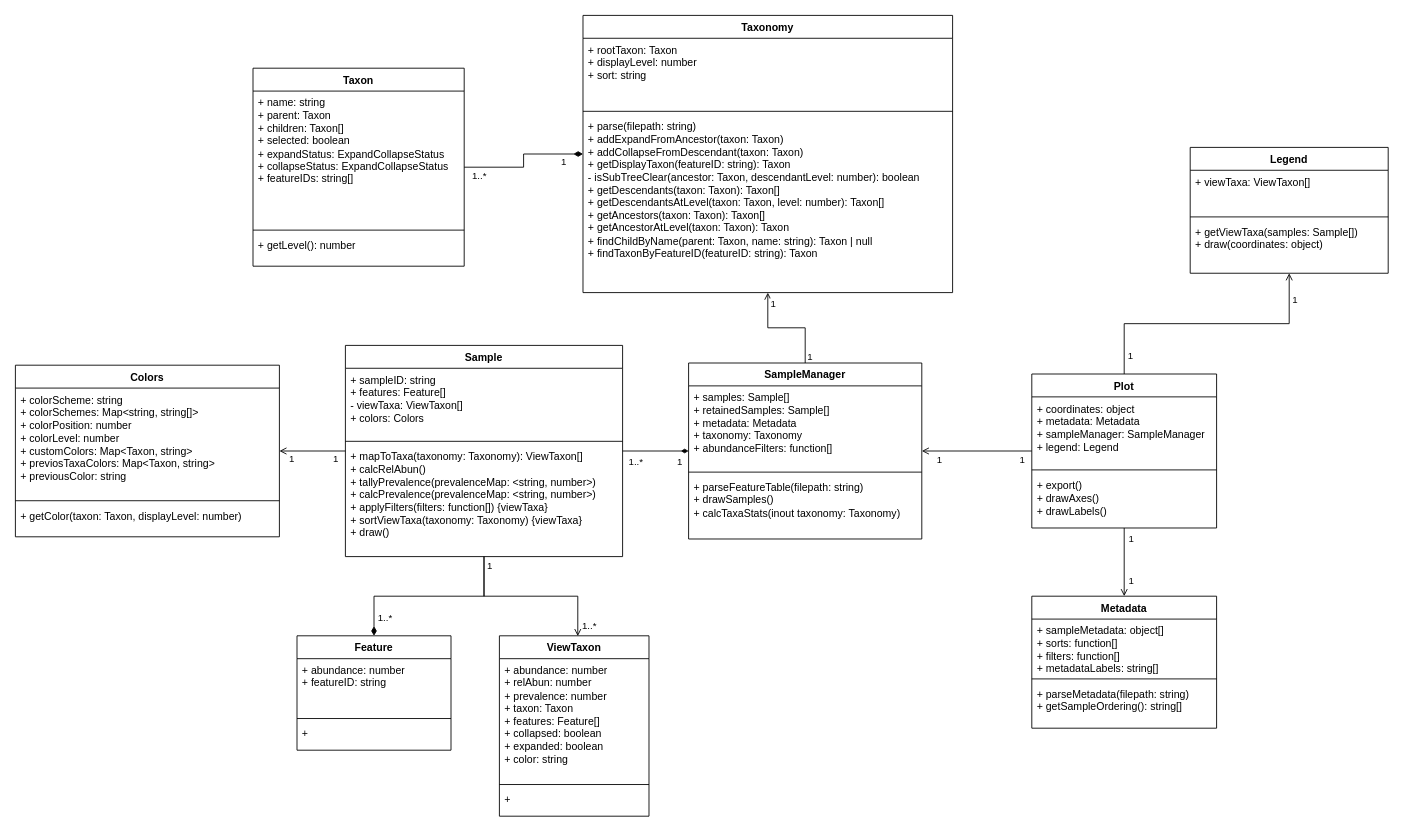
This is docs/TaxaBarplotClasses.drawio from colinvwood/taxa-barplot, a draw.io file, before an edit. Source tidied: cells renumbered, new cells numbered last; positions are measured from the earlier drawing's top-left corner, leaving out a move shared by most shapes. Both pictures are drawn from the tidied source at 88%, with x=0, y=0 at pixel (15, 15).
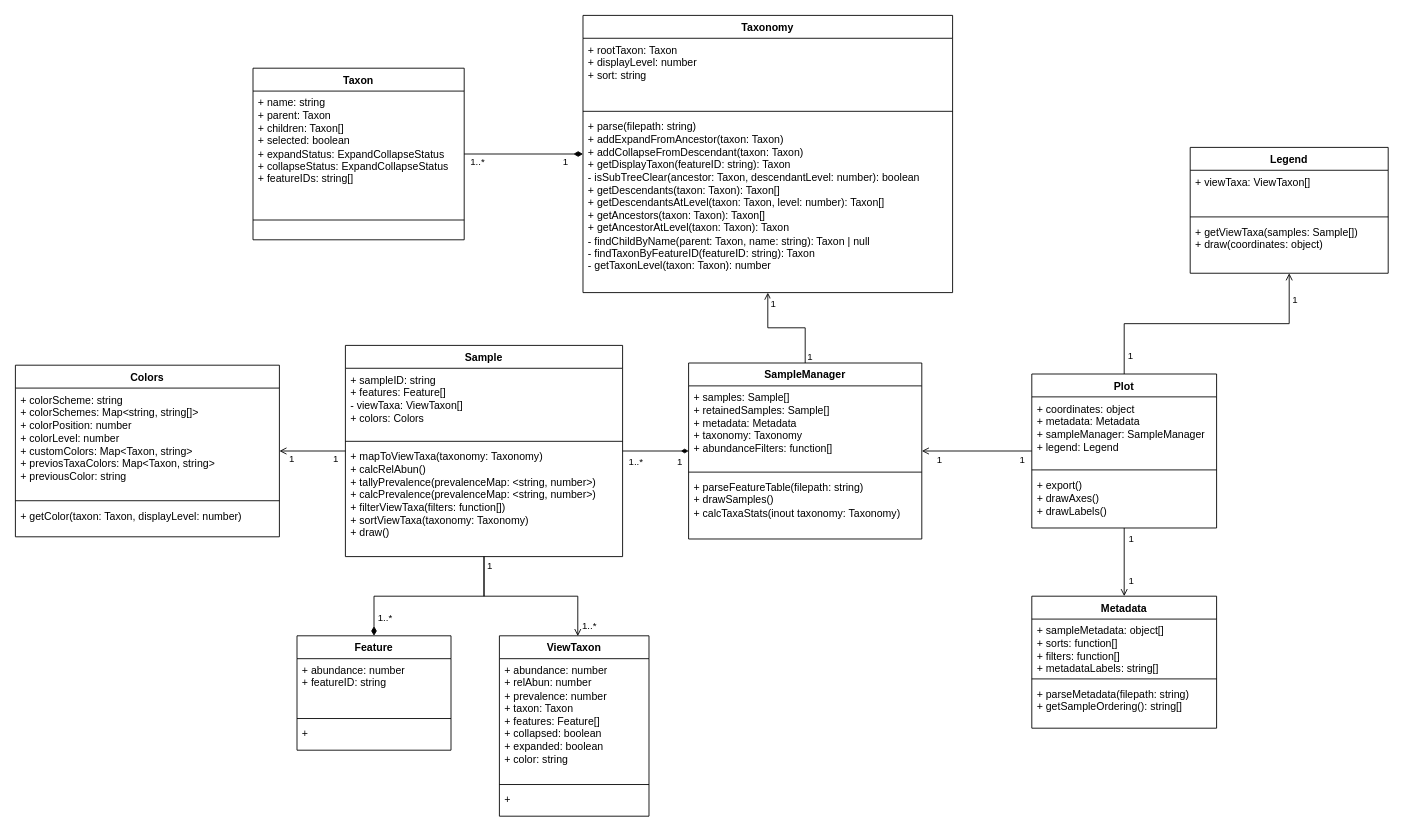
The same page after the edit.

Unchanged cells that the change refers to:
```xml
<mxCell id="9" value="Taxonomy" style="swimlane;fontStyle=1;align=center;verticalAlign=top;horizontal=1;startSize=26;whiteSpace=wrap;html=1;" parent="1" vertex="1">
  <mxGeometry x="645" width="420" height="315" as="geometry" />
</mxCell>
<mxCell id="28" value="Sample" style="swimlane;fontStyle=1;align=center;verticalAlign=top;horizontal=1;startSize=26;whiteSpace=wrap;html=1;" parent="1" vertex="1">
  <mxGeometry x="375" y="375" width="315" height="240" as="geometry" />
</mxCell>
```

Diff of the diagram source:
```diff
@@
     <mxCell id="2" value="Taxon" style="swimlane;fontStyle=1;align=center;verticalAlign=top;horizontal=1;startSize=26;whiteSpace=wrap;html=1;" parent="1" vertex="1">
-      <mxGeometry x="270" y="60" width="240" height="225" as="geometry" />
+      <mxGeometry x="270" y="60" width="240" height="195" as="geometry" />
     </mxCell>
     <mxCell id="3" value="+ name: string&lt;div&gt;+ parent: Taxon&lt;/div&gt;&lt;div&gt;+ children: Taxon[]&lt;/div&gt;&lt;div&gt;+ selected: boolean&lt;/div&gt;&lt;div&gt;+ expandStatus: ExpandCollapseStatus&lt;/div&gt;&lt;div&gt;+ collapseStatus: ExpandCollapseStatus&lt;/div&gt;&lt;div&gt;+ featureIDs: string[]&lt;/div&gt;&lt;div&gt;&lt;br&gt;&lt;/div&gt;" style="text;strokeColor=none;fillColor=none;align=left;verticalAlign=top;spacingLeft=4;spacingRight=4;overflow=hidden;whiteSpace=wrap;html=1;" parent="2" vertex="1">
-      <mxGeometry y="26" width="240" height="154" as="geometry" />
+      <mxGeometry y="26" width="240" height="124" as="geometry" />
     </mxCell>
     <mxCell id="4" style="line;strokeWidth=1;fillColor=none;align=left;verticalAlign=middle;spacingTop=-1;spacingLeft=3;spacingRight=3;labelPosition=right;strokeColor=inherit;" parent="2" vertex="1">
-      <mxGeometry y="180" width="240" height="8" as="geometry" />
+      <mxGeometry y="150" width="240" height="45" as="geometry" />
     </mxCell>
-    <mxCell id="5" value="+ getLevel(): number" style="text;strokeColor=none;fillColor=none;align=left;verticalAlign=top;spacingLeft=4;spacingRight=4;overflow=hidden;whiteSpace=wrap;html=1;" parent="2" vertex="1">
-      <mxGeometry y="188" width="240" height="37" as="geometry" />
-    </mxCell>
@@
-    <mxCell id="12" value="&lt;div&gt;+ parse(filepath: string)&lt;/div&gt;+ addExpandFromAncestor(taxon: Taxon)&lt;div&gt;+ addCollapseFromDescendant(taxon: Taxon)&lt;/div&gt;&lt;div&gt;+ getDisplayTaxon(featureID: string): Taxon&lt;/div&gt;&lt;div&gt;- isSubTreeClear(ancestor: Taxon, descendantLevel: number): boolean&lt;/div&gt;&lt;div&gt;+ getDescendants(taxon: Taxon): Taxon[]&lt;/div&gt;&lt;div&gt;+ getDescendantsAtLevel(taxon: Taxon, level: number): Taxon[]&lt;/div&gt;&lt;div&gt;+ getAncestors(taxon: Taxon): Taxon[]&lt;/div&gt;&lt;div&gt;+ getAncestorAtLevel(taxon: Taxon): Taxon&lt;/div&gt;&lt;div&gt;+ findChildByName(parent: Taxon, name: string): Taxon | null&lt;/div&gt;&lt;div&gt;+ findTaxonByFeatureID(featureID: string): Taxon&lt;/div&gt;&lt;div&gt;&lt;br&gt;&lt;/div&gt;" style="text;strokeColor=none;fillColor=none;align=left;verticalAlign=top;spacingLeft=4;spacingRight=4;overflow=hidden;whiteSpace=wrap;html=1;" parent="9" vertex="1">
+    <mxCell id="12" value="&lt;div&gt;+ parse(filepath: string)&lt;/div&gt;+ addExpandFromAncestor(taxon: Taxon)&lt;div&gt;+ addCollapseFromDescendant(taxon: Taxon)&lt;/div&gt;&lt;div&gt;+ getDisplayTaxon(featureID: string): Taxon&lt;/div&gt;&lt;div&gt;- isSubTreeClear(ancestor: Taxon, descendantLevel: number): boolean&lt;/div&gt;&lt;div&gt;+ getDescendants(taxon: Taxon): Taxon[]&lt;/div&gt;&lt;div&gt;+ getDescendantsAtLevel(taxon: Taxon, level: number): Taxon[]&lt;/div&gt;&lt;div&gt;+ getAncestors(taxon: Taxon): Taxon[]&lt;/div&gt;&lt;div&gt;+ getAncestorAtLevel(taxon: Taxon): Taxon&lt;/div&gt;&lt;div&gt;- findChildByName(parent: Taxon, name: string): Taxon | null&lt;/div&gt;&lt;div&gt;- findTaxonByFeatureID(featureID: string): Taxon&lt;/div&gt;&lt;div&gt;- getTaxonLevel(taxon: Taxon): number&lt;/div&gt;&lt;div&gt;&lt;br&gt;&lt;/div&gt;" style="text;strokeColor=none;fillColor=none;align=left;verticalAlign=top;spacingLeft=4;spacingRight=4;overflow=hidden;whiteSpace=wrap;html=1;" parent="9" vertex="1">
       <mxGeometry y="113" width="420" height="202" as="geometry" />
     </mxCell>
@@
-    <mxCell id="31" value="&lt;div&gt;+ mapToTaxa(taxonomy: Taxonomy): ViewTaxon[]&lt;/div&gt;&lt;div&gt;+ calcRelAbun()&lt;/div&gt;&lt;div&gt;+ tallyPrevalence(prevalenceMap: &amp;lt;string, number&amp;gt;)&lt;/div&gt;&lt;div&gt;+ calcPrevalence(prevalenceMap: &amp;lt;string, number&amp;gt;)&lt;/div&gt;&lt;div&gt;+ applyFilters(filters: function[]) {viewTaxa}&lt;/div&gt;&lt;div&gt;+ sortViewTaxa(taxonomy: Taxonomy) {viewTaxa}&lt;/div&gt;&lt;div&gt;+ draw()&lt;/div&gt;&lt;div&gt;&lt;br&gt;&lt;/div&gt;" style="text;strokeColor=none;fillColor=none;align=left;verticalAlign=top;spacingLeft=4;spacingRight=4;overflow=hidden;whiteSpace=wrap;html=1;" parent="28" vertex="1">
+    <mxCell id="31" value="&lt;div&gt;+ mapToViewTaxa(taxonomy: Taxonomy)&lt;/div&gt;&lt;div&gt;+ calcRelAbun()&lt;/div&gt;&lt;div&gt;+ tallyPrevalence(prevalenceMap: &amp;lt;string, number&amp;gt;)&lt;/div&gt;&lt;div&gt;+ calcPrevalence(prevalenceMap: &amp;lt;string, number&amp;gt;)&lt;/div&gt;&lt;div&gt;+ filterViewTaxa(filters: function[])&lt;/div&gt;&lt;div&gt;+ sortViewTaxa(taxonomy: Taxonomy)&lt;/div&gt;&lt;div&gt;+ draw()&lt;/div&gt;&lt;div&gt;&lt;br&gt;&lt;/div&gt;" style="text;strokeColor=none;fillColor=none;align=left;verticalAlign=top;spacingLeft=4;spacingRight=4;overflow=hidden;whiteSpace=wrap;html=1;" parent="28" vertex="1">
       <mxGeometry y="113" width="315" height="127" as="geometry" />
     </mxCell>
```
